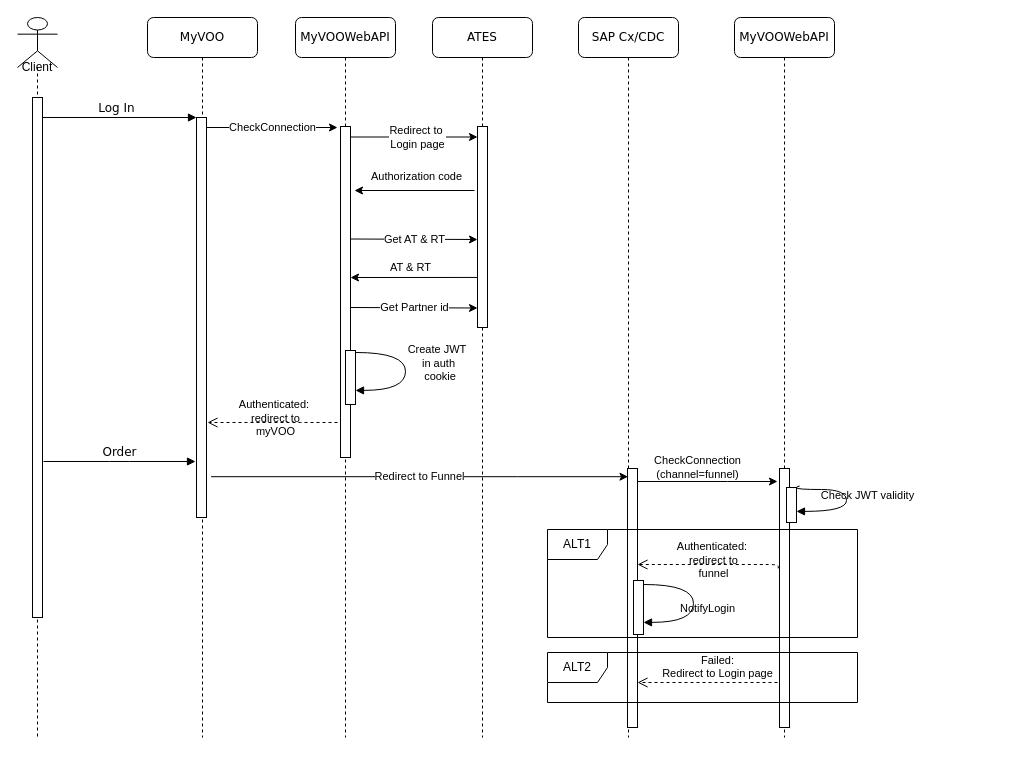
Before: page "SignIn v4 client authentifié" (1 of 2) of SSO.drawio in MudBloodArchitekt/draw.io, a draw.io diagram. Source tidied: cells renumbered, new cells numbered last; positions are measured from the earlier drawing's top-left corner, leaving out a move shared by most shapes. Both pictures are drawn from the tidied source at 100%, with x=0, y=0 at pixel (17, 17).
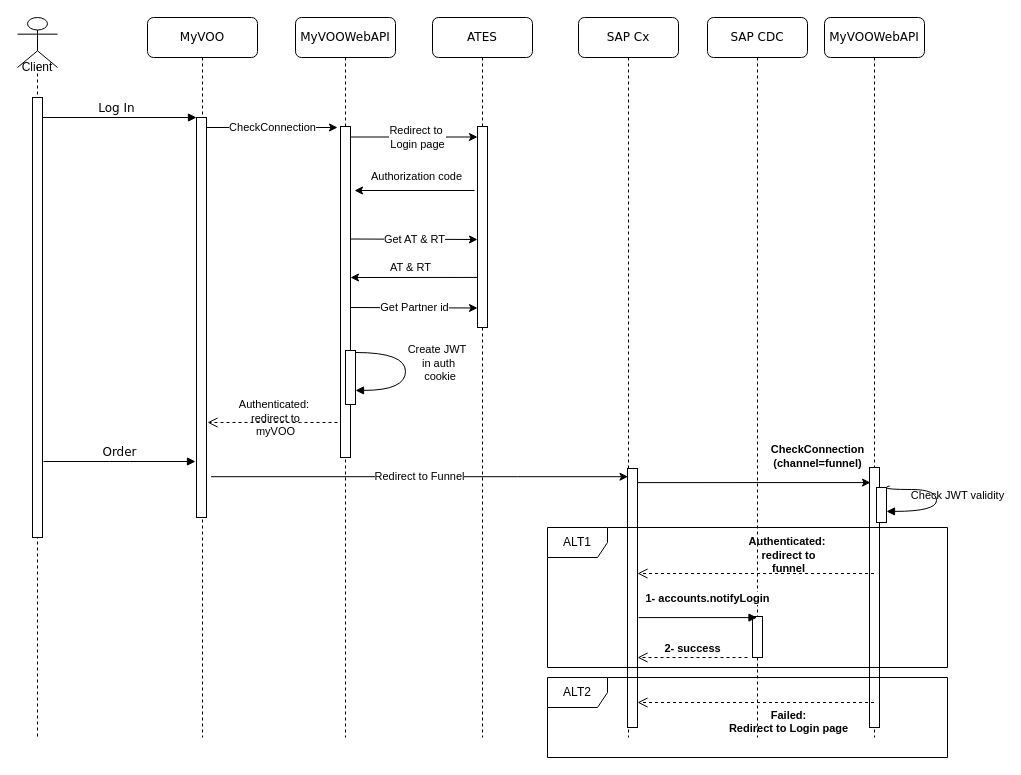
After the change.

The change refers to these unchanged cells:
```xml
<mxCell id="7" value="Client" style="shape=umlLifeline;participant=umlActor;perimeter=lifelinePerimeter;whiteSpace=wrap;html=1;verticalAlign=top;spacingTop=36;outlineConnect=0;size=50;" parent="1" vertex="1">
  <mxGeometry width="40" height="720" as="geometry" />
</mxCell>
```

Change to the diagram source:
```diff
@@
     <mxCell id="8" style="html=1;perimeter=orthogonalPerimeter;" parent="7" vertex="1">
-      <mxGeometry x="15" y="80" width="10" height="520" as="geometry" />
+      <mxGeometry x="15" y="80" width="10" height="440" as="geometry" />
     </mxCell>
-    <mxCell id="9" value="SAP Cx/CDC" style="shape=umlLifeline;perimeter=lifelinePerimeter;whiteSpace=wrap;html=1;rounded=1;shadow=0;comic=0;labelBackgroundColor=none;strokeWidth=1;fontFamily=Verdana;fontSize=12;align=center;gradientColor=#ffffff;" parent="1" vertex="1">
+    <mxCell id="9" value="SAP Cx" style="shape=umlLifeline;perimeter=lifelinePerimeter;whiteSpace=wrap;html=1;rounded=1;shadow=0;comic=0;labelBackgroundColor=none;strokeWidth=1;fontFamily=Verdana;fontSize=12;align=center;gradientColor=#ffffff;" parent="1" vertex="1">
       <mxGeometry x="561" width="100" height="720" as="geometry" />
     </mxCell>
@@
-    <mxCell id="23" value="CheckConnection &lt;br&gt;(channel=funnel)" style="edgeStyle=orthogonalEdgeStyle;rounded=0;orthogonalLoop=1;jettySize=auto;html=1;" parent="1" edge="1">
-      <mxGeometry x="-0.14" y="14" relative="1" as="geometry">
+    <mxCell id="23" value="&lt;b&gt;CheckConnection &lt;br&gt;(channel=funnel)&lt;/b&gt;" style="edgeStyle=orthogonalEdgeStyle;rounded=0;jettySize=auto;html=1;entryX=0.1;entryY=0.058;entryDx=0;entryDy=0;entryPerimeter=0;" parent="1" edge="1" target="26">
+      <mxGeometry x="0.55" y="26" relative="1" as="geometry">
         <mxPoint x="620" y="464" as="sourcePoint" />
-        <mxPoint x="760" y="464" as="targetPoint" />
         <Array as="points">
-          <mxPoint x="710" y="464" />
-          <mxPoint x="710" y="464" />
+          <mxPoint x="620" y="466" />
         </Array>
       </mxGeometry>
     </mxCell>
@@
     <mxCell id="25" value="MyVOOWebAPI" style="shape=umlLifeline;perimeter=lifelinePerimeter;whiteSpace=wrap;html=1;rounded=1;shadow=0;comic=0;labelBackgroundColor=none;strokeWidth=1;fontFamily=Verdana;fontSize=12;align=center;" parent="1" vertex="1">
-      <mxGeometry x="717" width="100" height="720" as="geometry" />
+      <mxGeometry x="807" width="100" height="720" as="geometry" />
     </mxCell>
     <mxCell id="26" style="html=1;points=[];perimeter=orthogonalPerimeter;rounded=0;shadow=0;comic=0;labelBackgroundColor=none;strokeWidth=1;fontFamily=Verdana;fontSize=12;align=center;" parent="1" vertex="1">
-      <mxGeometry x="762" y="451" width="10" height="259" as="geometry" />
+      <mxGeometry x="852" y="450" width="10" height="260" as="geometry" />
     </mxCell>
     <mxCell id="27" value="Check JWT validity" style="html=1;verticalAlign=bottom;endArrow=block;labelBackgroundColor=none;fontFamily=Helvetica;fontSize=11;elbow=vertical;edgeStyle=orthogonalEdgeStyle;curved=1;entryX=1;entryY=0.286;entryPerimeter=0;exitX=1.32;exitY=-0.04;exitDx=0;exitDy=0;exitPerimeter=0;" parent="1" edge="1" source="28">
       <mxGeometry x="0.12" y="21" relative="1" as="geometry">
-        <mxPoint x="779" y="493.9" as="targetPoint" />
+        <mxPoint x="869" y="493.9" as="targetPoint" />
         <Array as="points">
-          <mxPoint x="779" y="469" />
-          <mxPoint x="779" y="472" />
-          <mxPoint x="829" y="472" />
-          <mxPoint x="829" y="494" />
+          <mxPoint x="869" y="469" />
+          <mxPoint x="869" y="472" />
+          <mxPoint x="919" y="472" />
+          <mxPoint x="919" y="494" />
         </Array>
       </mxGeometry>
     </mxCell>
     <mxCell id="28" style="html=1;points=[];perimeter=orthogonalPerimeter;rounded=0;shadow=0;comic=0;labelBackgroundColor=none;strokeWidth=1;fontFamily=Verdana;fontSize=12;align=center;" parent="1" vertex="1">
-      <mxGeometry x="769" y="470" width="10" height="35" as="geometry" />
+      <mxGeometry x="859" y="470" width="10" height="35" as="geometry" />
     </mxCell>
-    <mxCell id="29" value="Authenticated:&amp;nbsp;&lt;br style=&quot;font-size: 11px;&quot;&gt;redirect to &lt;br style=&quot;font-size: 11px;&quot;&gt;funnel" style="html=1;verticalAlign=bottom;endArrow=open;dashed=1;endSize=8;labelBackgroundColor=none;fontFamily=Helvetica;fontSize=11;edgeStyle=elbowEdgeStyle;elbow=vertical;exitX=-0.12;exitY=0.407;exitDx=0;exitDy=0;exitPerimeter=0;" parent="1" edge="1">
-      <mxGeometry x="-0.04" y="18" relative="1" as="geometry">
-        <mxPoint x="760.8" y="550.9" as="sourcePoint" />
-        <mxPoint x="620" y="547" as="targetPoint" />
+    <mxCell id="29" value="&lt;b&gt;Authenticated:&amp;nbsp;&lt;br style=&quot;font-size: 11px&quot;&gt;redirect to &lt;br style=&quot;font-size: 11px&quot;&gt;funnel&lt;/b&gt;" style="html=1;verticalAlign=bottom;endArrow=open;dashed=1;endSize=8;labelBackgroundColor=none;fontFamily=Helvetica;fontSize=11;edgeStyle=elbowEdgeStyle;elbow=vertical;" parent="1" edge="1">
+      <mxGeometry x="-0.27" y="4" relative="1" as="geometry">
+        <mxPoint x="856.5" y="556" as="sourcePoint" />
+        <mxPoint x="620" y="556" as="targetPoint" />
         <Array as="points">
-          <mxPoint x="723" y="547" />
-          <mxPoint x="753" y="547" />
+          <mxPoint x="723" y="556" />
+          <mxPoint x="753" y="556" />
         </Array>
       </mxGeometry>
     </mxCell>
     <mxCell id="30" value="ALT1" style="shape=umlFrame;whiteSpace=wrap;html=1;" parent="1" vertex="1">
-      <mxGeometry x="530" y="512" width="310" height="108" as="geometry" />
+      <mxGeometry x="530" y="510" width="400" height="140" as="geometry" />
     </mxCell>
     <mxCell id="31" value="ALT2" style="shape=umlFrame;whiteSpace=wrap;html=1;" parent="1" vertex="1">
-      <mxGeometry x="530" y="635" width="310" height="50" as="geometry" />
+      <mxGeometry x="530" y="660" width="400" height="80" as="geometry" />
     </mxCell>
-    <mxCell id="32" value="Failed:&lt;br&gt;Redirect to Login page" style="html=1;verticalAlign=bottom;endArrow=open;dashed=1;endSize=8;labelBackgroundColor=none;fontFamily=Helvetica;fontSize=11;edgeStyle=elbowEdgeStyle;elbow=vertical;" parent="1" edge="1">
-      <mxGeometry x="-0.14" relative="1" as="geometry">
-        <mxPoint x="760" y="665" as="sourcePoint" />
-        <mxPoint x="620" y="665" as="targetPoint" />
+    <mxCell id="32" value="&lt;b&gt;Failed:&lt;br&gt;Redirect to Login page&lt;/b&gt;" style="html=1;verticalAlign=bottom;endArrow=open;dashed=1;endSize=8;labelBackgroundColor=none;fontFamily=Helvetica;fontSize=11;edgeStyle=elbowEdgeStyle;elbow=vertical;" parent="1" edge="1">
+      <mxGeometry x="-0.27" y="35" relative="1" as="geometry">
+        <mxPoint x="856.5" y="685" as="sourcePoint" />
+        <mxPoint x="620" y="685" as="targetPoint" />
         <Array as="points">
-          <mxPoint x="723" y="665" />
-          <mxPoint x="753" y="665" />
+          <mxPoint x="723" y="685" />
+          <mxPoint x="753" y="685" />
         </Array>
       </mxGeometry>
     </mxCell>
-    <mxCell id="33" value="NotifyLogin" style="html=1;verticalAlign=bottom;endArrow=block;labelBackgroundColor=none;fontFamily=Helvetica;fontSize=11;elbow=vertical;edgeStyle=orthogonalEdgeStyle;curved=1;entryX=1;entryY=0.286;entryPerimeter=0;" parent="1" edge="1">
-      <mxGeometry x="0.2" y="14" relative="1" as="geometry">
-        <mxPoint x="626.4" y="567" as="sourcePoint" />
-        <mxPoint x="626" y="604.9" as="targetPoint" />
-        <Array as="points">
-          <mxPoint x="676" y="566.9" />
-          <mxPoint x="676" y="604.9" />
-        </Array>
-      </mxGeometry>
-    </mxCell>
+    <mxCell id="35" value="SAP CDC" style="shape=umlLifeline;perimeter=lifelinePerimeter;whiteSpace=wrap;html=1;rounded=1;shadow=0;comic=0;labelBackgroundColor=none;strokeWidth=1;fontFamily=Verdana;fontSize=12;align=center;gradientColor=#ffffff;" parent="1" vertex="1">
+      <mxGeometry x="690" width="100" height="720" as="geometry" />
+    </mxCell>
-    <mxCell id="34" style="html=1;perimeter=orthogonalPerimeter;rounded=0;shadow=0;comic=0;labelBackgroundColor=none;strokeWidth=1;fontFamily=Verdana;fontSize=12;align=center;" parent="1" vertex="1">
-      <mxGeometry x="616" y="563" width="10" height="54" as="geometry" />
+    <mxCell id="34" style="html=1;perimeter=orthogonalPerimeter;rounded=0;shadow=0;comic=0;labelBackgroundColor=none;strokeWidth=1;fontFamily=Verdana;fontSize=12;align=center;" parent="35" vertex="1">
+      <mxGeometry x="45" y="599" width="10" height="41" as="geometry" />
     </mxCell>
+    <mxCell id="36" value="&lt;b&gt;1- accounts.notifyLogin&lt;/b&gt;" style="html=1;verticalAlign=bottom;endArrow=block;exitX=1.1;exitY=0.514;exitDx=0;exitDy=0;exitPerimeter=0;" parent="1" edge="1">
+      <mxGeometry x="0.16" y="10" relative="1" as="geometry">
+        <mxPoint x="621" y="600.1" as="sourcePoint" />
+        <mxPoint x="739.5" y="600.1" as="targetPoint" />
+      </mxGeometry>
+    </mxCell>
+    <mxCell id="37" value="&lt;b&gt;2- success&lt;/b&gt;" style="html=1;verticalAlign=bottom;endArrow=open;dashed=1;endSize=8;" parent="1" edge="1">
+      <mxGeometry relative="1" as="geometry">
+        <mxPoint x="730" y="640" as="sourcePoint" />
+        <mxPoint x="620" y="640" as="targetPoint" />
+      </mxGeometry>
+    </mxCell>
```
